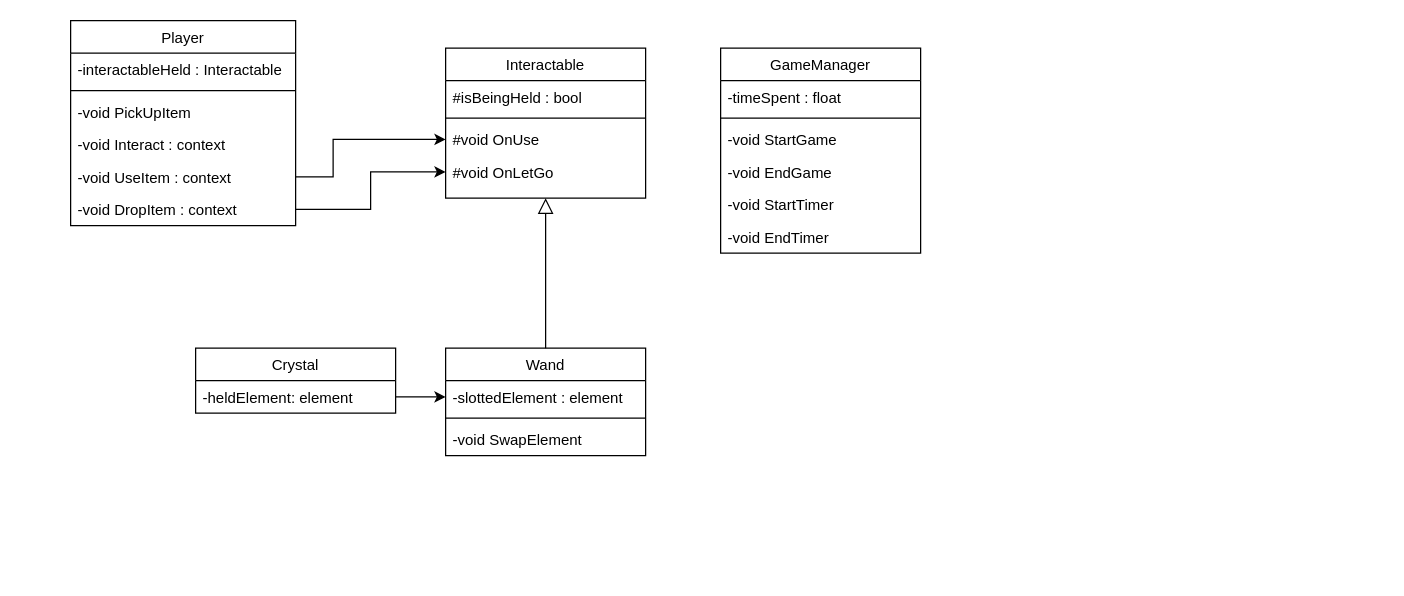
Before: WizardTrails.drawio in Yuki103388/Shadow-Sorcerer-, a draw.io diagram. Source tidied: cells renumbered, new cells numbered last; positions are measured from the earlier drawing's top-left corner, leaving out a move shared by most shapes. Both pictures are drawn from the tidied source at 125%, with x=0, y=0 at pixel (70, 20).
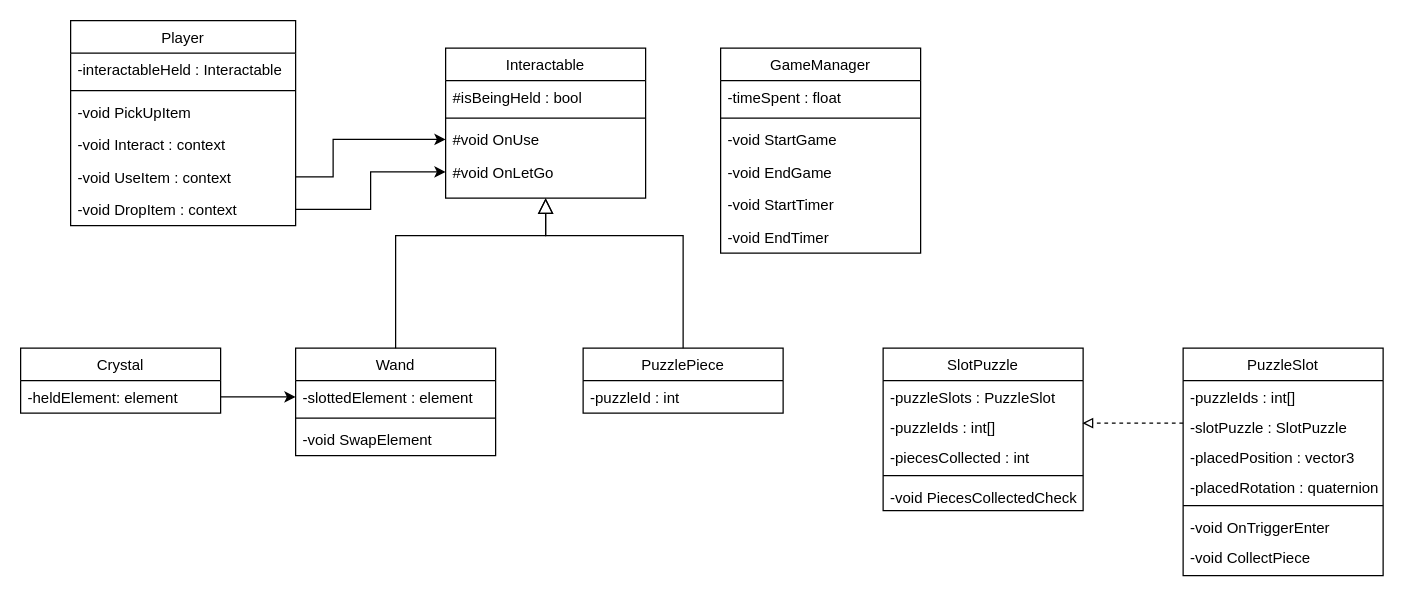
After the change.

Unchanged cells that the change refers to:
```xml
<mxCell id="9" value="Interactable" style="swimlane;fontStyle=0;align=center;verticalAlign=top;horizontal=1;startSize=26;rounded=0;shadow=0;strokeWidth=1;" parent="1" vertex="1">
  <mxGeometry x="300" y="22" width="160" height="120" as="geometry" />
</mxCell>
```

Change to the diagram source:
```diff
@@
     <mxCell id="14" value="Wand" style="swimlane;fontStyle=0;align=center;verticalAlign=top;horizontal=1;startSize=26;rounded=0;shadow=0;strokeWidth=1;" parent="1" vertex="1">
-      <mxGeometry x="300" y="262" width="160" height="86" as="geometry" />
+      <mxGeometry x="180" y="262" width="160" height="86" as="geometry" />
     </mxCell>
@@
     <mxCell id="18" style="edgeStyle=orthogonalEdgeStyle;rounded=0;jettySize=auto;html=1;exitX=0.5;exitY=0;exitDx=0;exitDy=0;entryX=0.5;entryY=1;entryDx=0;entryDy=0;startArrow=none;startFill=0;endArrow=block;endFill=0;strokeWidth=1;endSize=10;" parent="1" edge="1" source="14" target="9">
       <mxGeometry relative="1" as="geometry">
         <Array as="points">
-          <mxPoint x="380" y="172" />
+          <mxPoint x="260" y="172" />
           <mxPoint x="380" y="172" />
         </Array>
       </mxGeometry>
     </mxCell>
@@
     <mxCell id="28" value="Crystal" style="swimlane;fontStyle=0;align=center;verticalAlign=top;horizontal=1;startSize=26;rounded=0;shadow=0;strokeWidth=1;" parent="1" vertex="1">
-      <mxGeometry x="100" y="262" width="160" height="52" as="geometry" />
+      <mxGeometry x="-40" y="262" width="160" height="52" as="geometry" />
     </mxCell>
@@
+    <mxCell id="31" value="PuzzlePiece" style="swimlane;fontStyle=0;align=center;verticalAlign=top;horizontal=1;startSize=26;rounded=0;shadow=0;strokeWidth=1;" parent="1" vertex="1">
+      <mxGeometry x="410" y="262" width="160" height="52" as="geometry" />
+    </mxCell>
+    <mxCell id="32" value="-puzzleId : int" style="text;align=left;verticalAlign=top;spacingLeft=4;spacingRight=4;overflow=hidden;" parent="31" vertex="1">
+      <mxGeometry y="26" width="160" height="26" as="geometry" />
+    </mxCell>
+    <mxCell id="33" style="edgeStyle=orthogonalEdgeStyle;rounded=0;orthogonalLoop=1;jettySize=auto;html=1;startArrow=none;startFill=0;endArrow=block;endFill=0;strokeWidth=1;endSize=10;" parent="1" edge="1">
+      <mxGeometry relative="1" as="geometry">
+        <mxPoint x="490" y="262" as="sourcePoint" />
+        <mxPoint x="380" y="142" as="targetPoint" />
+        <Array as="points">
+          <mxPoint x="490" y="262" />
+          <mxPoint x="490" y="172" />
+          <mxPoint x="380" y="172" />
+        </Array>
+      </mxGeometry>
+    </mxCell>
+    <mxCell id="34" value="SlotPuzzle" style="swimlane;fontStyle=0;align=center;verticalAlign=top;horizontal=1;startSize=26;rounded=0;shadow=0;strokeWidth=1;" parent="1" vertex="1">
+      <mxGeometry x="650" y="262" width="160" height="130" as="geometry" />
+    </mxCell>
+    <mxCell id="35" value="-puzzleSlots : PuzzleSlot" style="text;align=left;verticalAlign=top;spacingLeft=4;spacingRight=4;overflow=hidden;" parent="34" vertex="1">
+      <mxGeometry y="26" width="160" height="24" as="geometry" />
+    </mxCell>
+    <mxCell id="36" value="-puzzleIds : int[]" style="text;align=left;verticalAlign=top;spacingLeft=4;spacingRight=4;overflow=hidden;" parent="34" vertex="1">
+      <mxGeometry y="50" width="160" height="24" as="geometry" />
+    </mxCell>
+    <mxCell id="37" value="-piecesCollected : int" style="text;align=left;verticalAlign=top;spacingLeft=4;spacingRight=4;overflow=hidden;" parent="34" vertex="1">
+      <mxGeometry y="74" width="160" height="24" as="geometry" />
+    </mxCell>
+    <mxCell id="38" style="line;html=1;strokeWidth=1;align=left;verticalAlign=middle;spacingTop=-1;spacingLeft=3;spacingRight=3;labelPosition=right;" parent="34" vertex="1">
+      <mxGeometry y="98" width="160" height="8" as="geometry" />
+    </mxCell>
+    <mxCell id="39" value="-void PiecesCollectedCheck" style="text;align=left;verticalAlign=top;spacingLeft=4;spacingRight=4;overflow=hidden;" parent="34" vertex="1">
+      <mxGeometry y="106" width="160" height="24" as="geometry" />
+    </mxCell>
+    <mxCell id="40" value="PuzzleSlot" style="swimlane;fontStyle=0;align=center;verticalAlign=top;horizontal=1;startSize=26;rounded=0;shadow=0;strokeWidth=1;" parent="1" vertex="1">
+      <mxGeometry x="890" y="262" width="160" height="182" as="geometry" />
+    </mxCell>
+    <mxCell id="41" value="-puzzleIds : int[]" style="text;align=left;verticalAlign=top;spacingLeft=4;spacingRight=4;overflow=hidden;" parent="40" vertex="1">
+      <mxGeometry y="26" width="160" height="24" as="geometry" />
+    </mxCell>
+    <mxCell id="42" value="-slotPuzzle : SlotPuzzle" style="text;align=left;verticalAlign=top;spacingLeft=4;spacingRight=4;overflow=hidden;points=[[0,0.5],[1,0.5]];portConstraint=eastwest;" parent="40" vertex="1">
+      <mxGeometry y="50" width="160" height="24" as="geometry" />
+    </mxCell>
+    <mxCell id="43" value="-placedPosition : vector3" style="text;align=left;verticalAlign=top;spacingLeft=4;spacingRight=4;overflow=hidden;" parent="40" vertex="1">
+      <mxGeometry y="74" width="160" height="24" as="geometry" />
+    </mxCell>
+    <mxCell id="44" value="-placedRotation : quaternion" style="text;align=left;verticalAlign=top;spacingLeft=4;spacingRight=4;overflow=hidden;" parent="40" vertex="1">
+      <mxGeometry y="98" width="160" height="24" as="geometry" />
+    </mxCell>
+    <mxCell id="45" style="line;html=1;strokeWidth=1;align=left;verticalAlign=middle;spacingTop=-1;spacingLeft=3;spacingRight=3;labelPosition=right;" parent="40" vertex="1">
+      <mxGeometry y="122" width="160" height="8" as="geometry" />
+    </mxCell>
+    <mxCell id="46" value="-void OnTriggerEnter" style="text;align=left;verticalAlign=top;spacingLeft=4;spacingRight=4;overflow=hidden;" parent="40" vertex="1">
+      <mxGeometry y="130" width="160" height="24" as="geometry" />
+    </mxCell>
+    <mxCell id="47" value="-void CollectPiece" style="text;align=left;verticalAlign=top;spacingLeft=4;spacingRight=4;overflow=hidden;" parent="40" vertex="1">
+      <mxGeometry y="154" width="160" height="28" as="geometry" />
+    </mxCell>
+    <mxCell id="48" style="edgeStyle=orthogonalEdgeStyle;rounded=0;jettySize=auto;html=1;entryX=1.022;entryY=0.194;entryDx=0;entryDy=0;entryPerimeter=0;exitX=0;exitY=0.416;exitDx=0;exitDy=0;exitPerimeter=0;endArrow=block;endFill=0;dashed=1;" parent="1" edge="1" source="42">
+      <mxGeometry relative="1" as="geometry">
+        <mxPoint x="809.5" y="322" as="targetPoint" />
+      </mxGeometry>
+    </mxCell>
```
